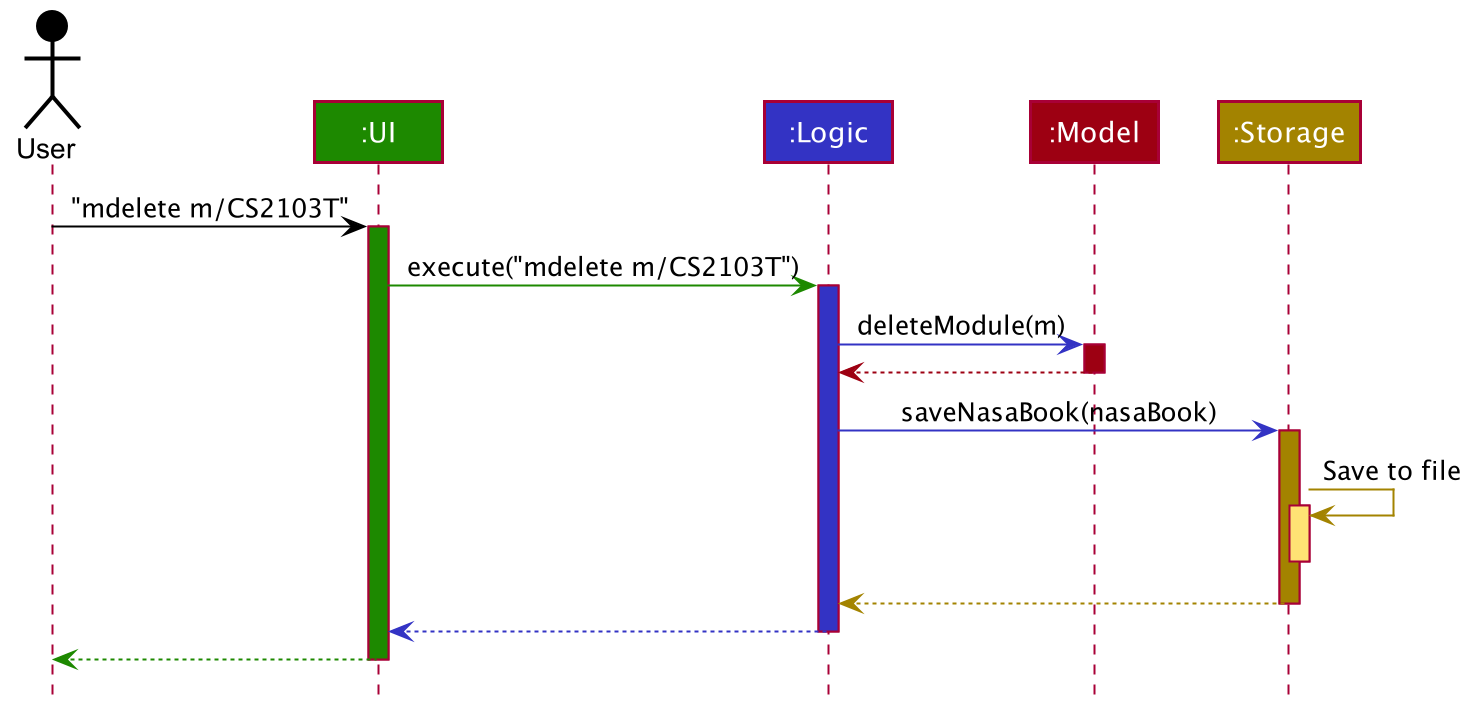
nus-cs2103-AY1920S2/addressbook-level3 keeps this PlantUML diagram as docs/images/ArchitectureSequenceDiagram.png. Above is the earlier version.
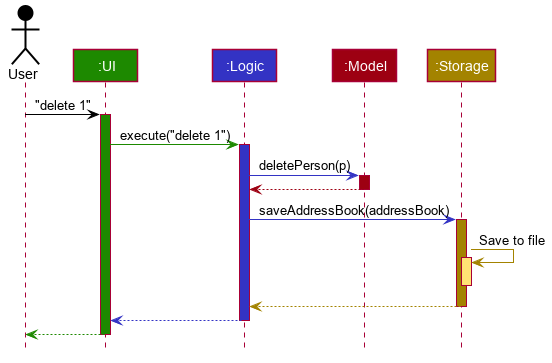
After the change.

What changed in the source:
```diff
@@ -54,19 +54,19 @@
 Participant ":Model" as model #9D0012
 Participant ":Storage" as storage #A38300
 
-user -[#000000]> ui : "mdelete m/CS2103T"
+user -[#000000]> ui : "delete 1"
 activate ui #1D8900
 
-ui -[#1D8900]> logic : execute("mdelete m/CS2103T")
+ui -[#1D8900]> logic : execute("delete 1")
 activate logic #3333C4
 
-logic -[#3333C4]> model : deleteModule(m)
+logic -[#3333C4]> model : deletePerson(p)
 activate model #9D0012
 
 model -[#9D0012]-> logic
 deactivate model
 
-logic -[#3333C4]> storage : saveNasaBook(nasaBook)
+logic -[#3333C4]> storage : saveAddressBook(addressBook)
 activate storage #A38300
 
 storage -[#A38300]> storage : Save to file
```
